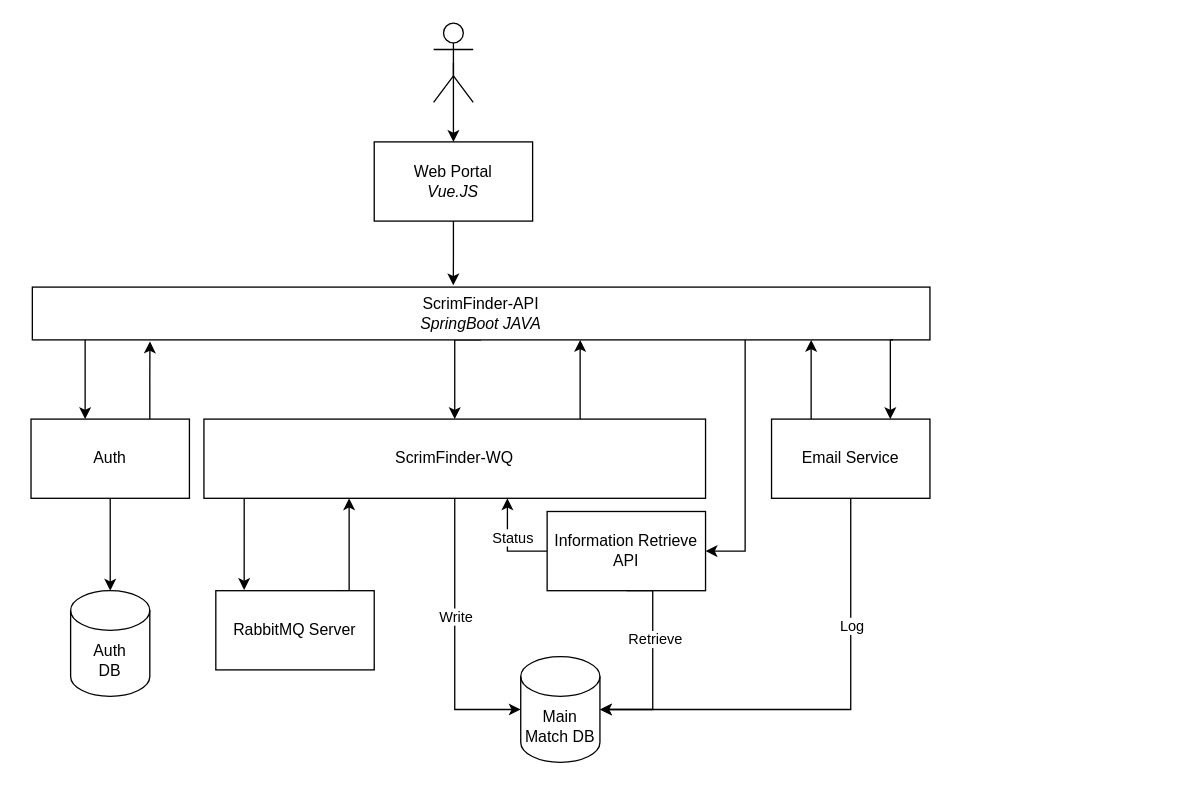
The draw.io diagram page "C2" (2 of 3) of Documentation/UML/C4ScrimFinder.drawio in SemPlasmeijer/scrimFinder-Docker, before the edit. Source tidied: cells renumbered, new cells numbered last; positions are measured from the earlier drawing's top-left corner, leaving out a move shared by most shapes. Both pictures are drawn from the tidied source at 132%, with x=0, y=0 at pixel (30, 22).
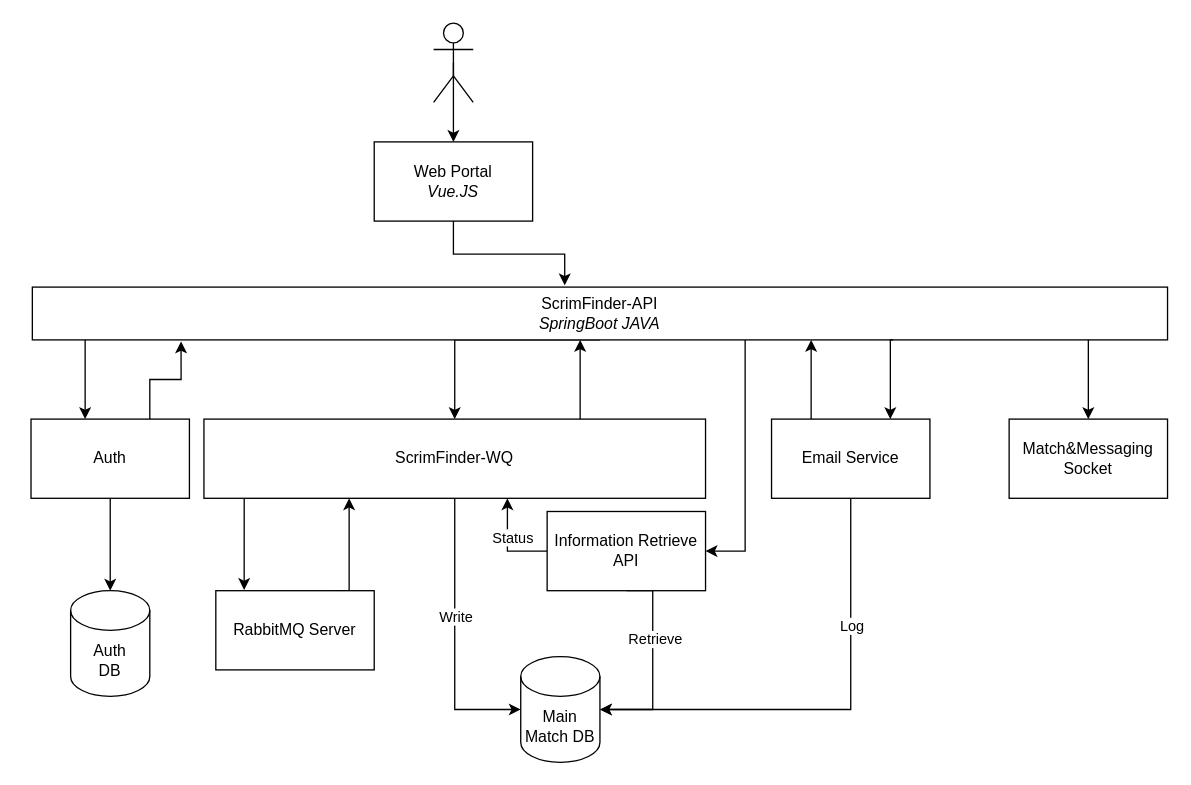
After the change.

The edit, as a diff of the source:
```diff
@@
     <mxCell id="9" value="ScrimFinder-API&lt;br&gt;&lt;i&gt;SpringBoot JAVA&lt;/i&gt;" style="rounded=0;whiteSpace=wrap;html=1;" parent="1" vertex="1">
-      <mxGeometry x="1" y="200" width="680" height="40" as="geometry" />
+      <mxGeometry x="1" y="200" width="860" height="40" as="geometry" />
     </mxCell>
@@
+    <mxCell id="32" style="edgeStyle=orthogonalEdgeStyle;rounded=0;jettySize=auto;html=1;endArrow=none;endFill=0;startArrow=classic;startFill=1;" parent="1" edge="1" source="33" target="9">
+      <mxGeometry relative="1" as="geometry">
+        <Array as="points">
+          <mxPoint x="801" y="250" />
+          <mxPoint x="801" y="250" />
+        </Array>
+      </mxGeometry>
+    </mxCell>
+    <mxCell id="33" value="Match&amp;amp;Messaging Socket" style="rounded=0;whiteSpace=wrap;html=1;" parent="1" vertex="1">
+      <mxGeometry x="741" y="300" width="120" height="60" as="geometry" />
+    </mxCell>
```
